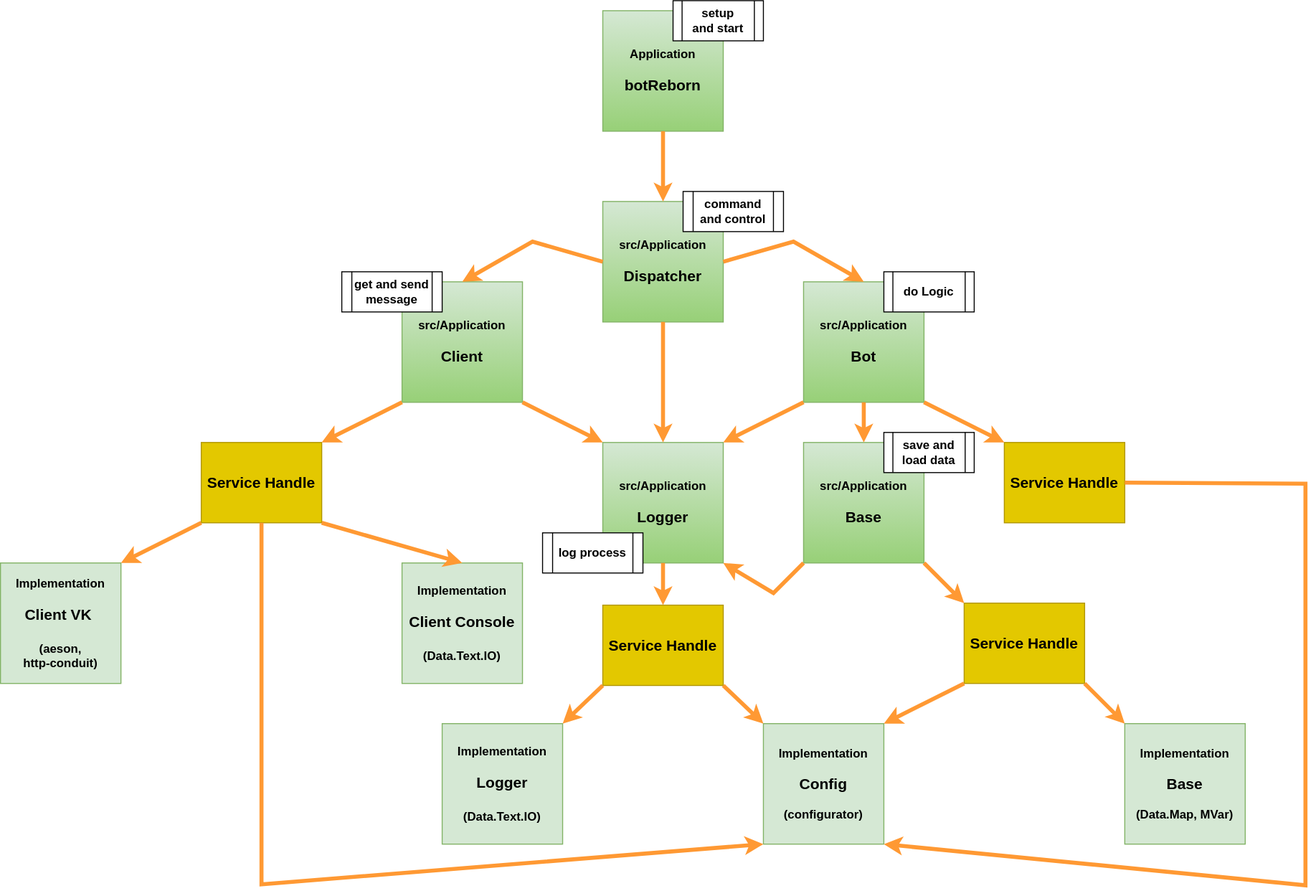
gKrokod/botReborn keeps this draw.io diagram as config/botReborn.svg. Above is the earlier version. Source tidied: cells renumbered, new cells last; positions are measured from the earlier drawing's top-left corner, leaving out a move shared by most shapes.
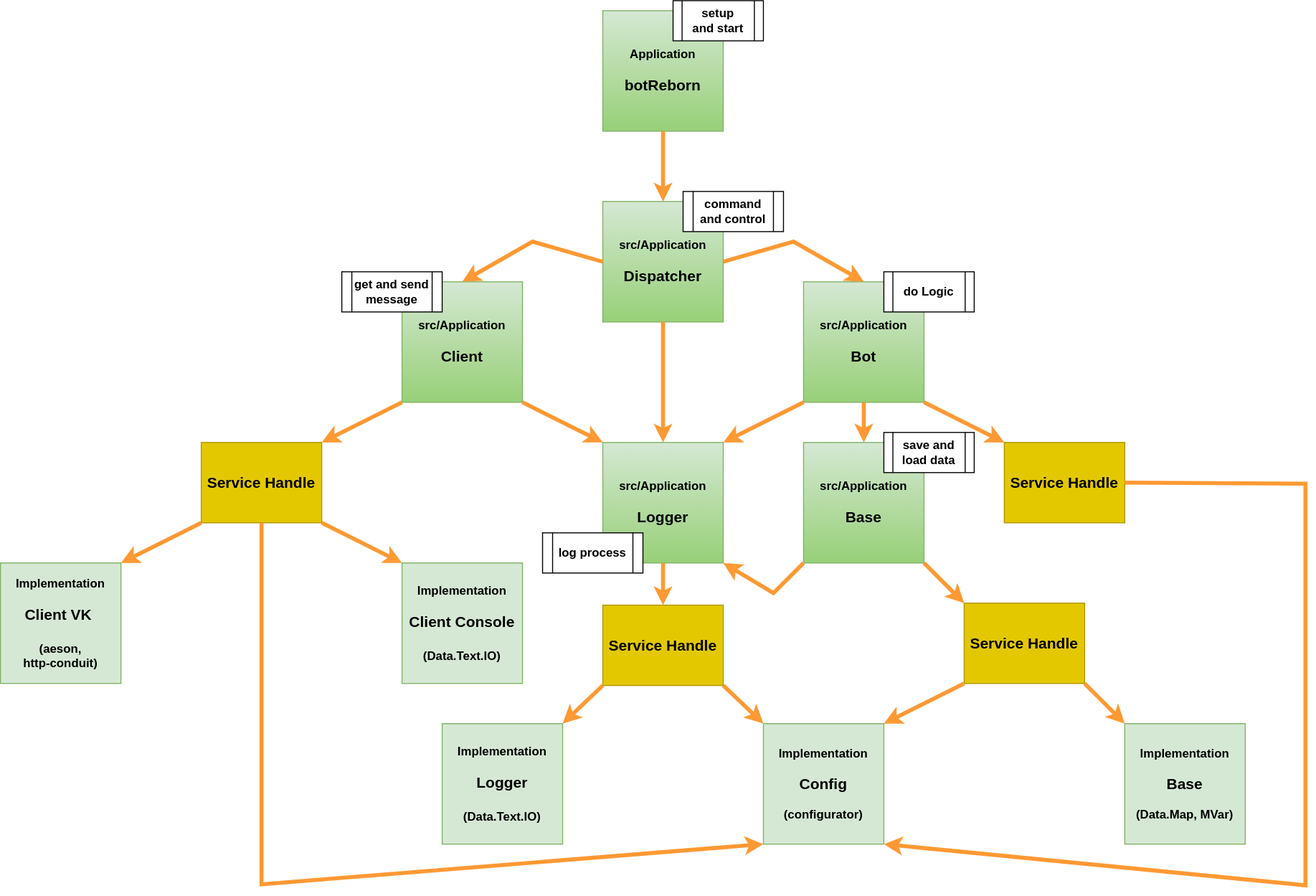
The same file after the commit.

What changed in the source:
```diff
@@ -64,7 +64,7 @@
     <mxCell id="19" style="endArrow=classic;html=1;rounded=0;exitX=0;exitY=1;exitDx=0;exitDy=0;entryX=1;entryY=0;entryDx=0;entryDy=0;strokeColor=#FF9933;strokeWidth=4;" parent="1" edge="1" source="16" target="14">
       <mxGeometry relative="1" as="geometry" />
     </mxCell>
-    <mxCell id="20" style="endArrow=classic;html=1;rounded=0;exitX=1;exitY=1;exitDx=0;exitDy=0;entryX=0.5;entryY=0;entryDx=0;entryDy=0;strokeColor=#FF9933;strokeWidth=4;" parent="1" edge="1" source="16" target="15">
+    <mxCell id="20" style="endArrow=classic;html=1;rounded=0;exitX=1;exitY=1;exitDx=0;exitDy=0;entryX=0;entryY=0;entryDx=0;entryDy=0;strokeColor=#FF9933;strokeWidth=4;" parent="1" edge="1" source="16" target="15">
       <mxGeometry relative="1" as="geometry" />
     </mxCell>
     <mxCell id="21" value="&lt;font style=&quot;font-size: 15px;&quot;&gt;Service Handle&lt;/font&gt;" style="rounded=0;whiteSpace=wrap;html=1;fillColor=#e3c800;fontColor=#000000;strokeColor=#B09500;fontStyle=1;" parent="1" vertex="1">
```
